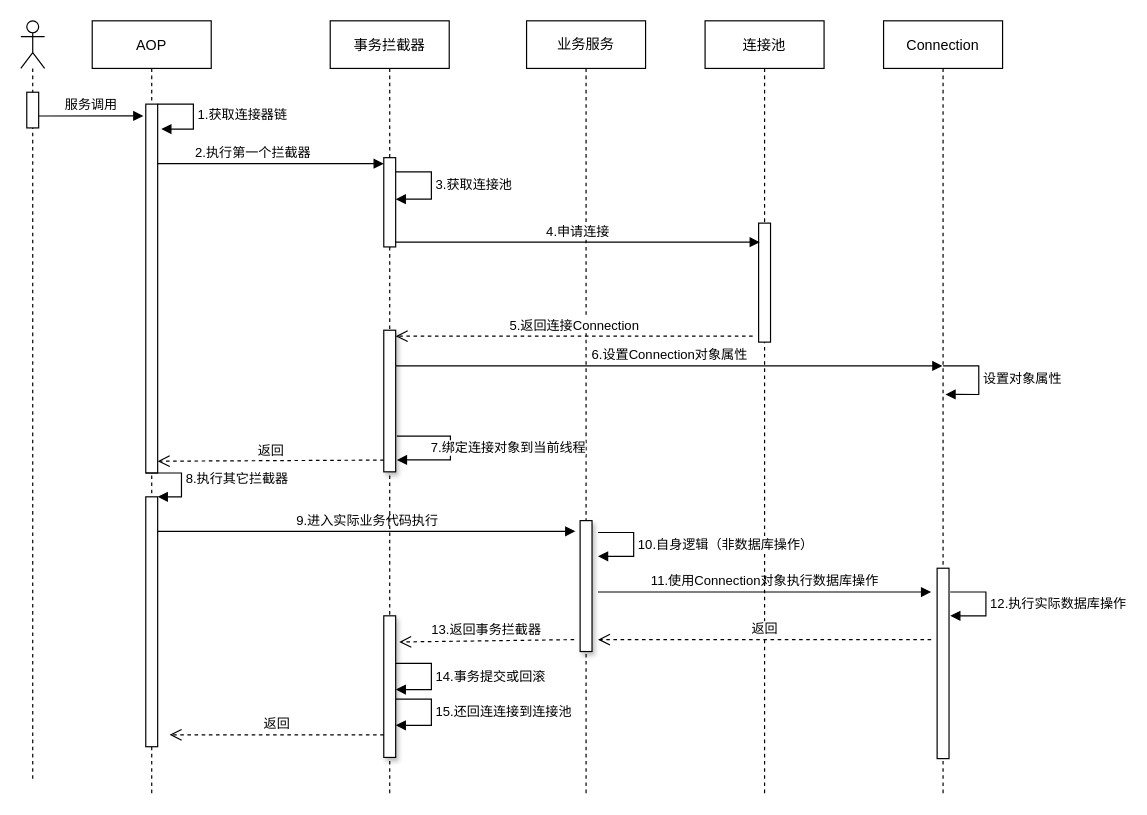
qymmdj/jcf3-document keeps this draw.io diagram as page "传统事务流程" (2 of 3) of 分布式超时测试流程.drawio. Above is the earlier version. Source tidied: cells renumbered, new cells numbered last; positions are measured from the earlier drawing's top-left corner, leaving out a move shared by most shapes. Both pictures are drawn from the tidied source at 119%, with x=0, y=0 at pixel (20, 20).
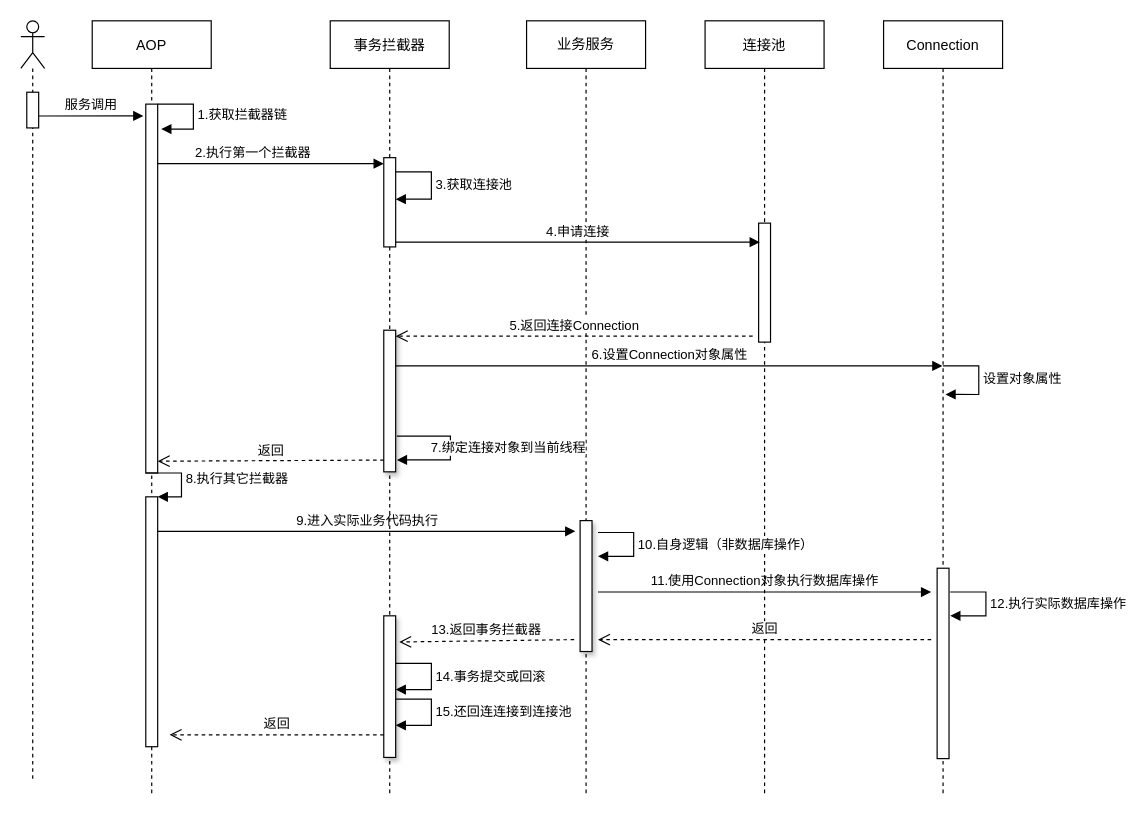
The same page after the edit.

Change to the diagram source:
```diff
@@
-    <mxCell id="23" value="1.获取连接器链" style="edgeStyle=orthogonalEdgeStyle;html=1;align=left;spacingLeft=2;endArrow=block;rounded=0;" parent="1" edge="1">
+    <mxCell id="23" value="1.获取拦截器链" style="edgeStyle=orthogonalEdgeStyle;html=1;align=left;spacingLeft=2;endArrow=block;rounded=0;" parent="1" edge="1">
       <mxGeometry relative="1" as="geometry">
         <mxPoint x="115" y="70" as="sourcePoint" />
         <mxPoint x="118" y="91" as="targetPoint" />
         <Array as="points">
           <mxPoint x="145" y="70" />
           <mxPoint x="145" y="91" />
         </Array>
       </mxGeometry>
     </mxCell>
```
